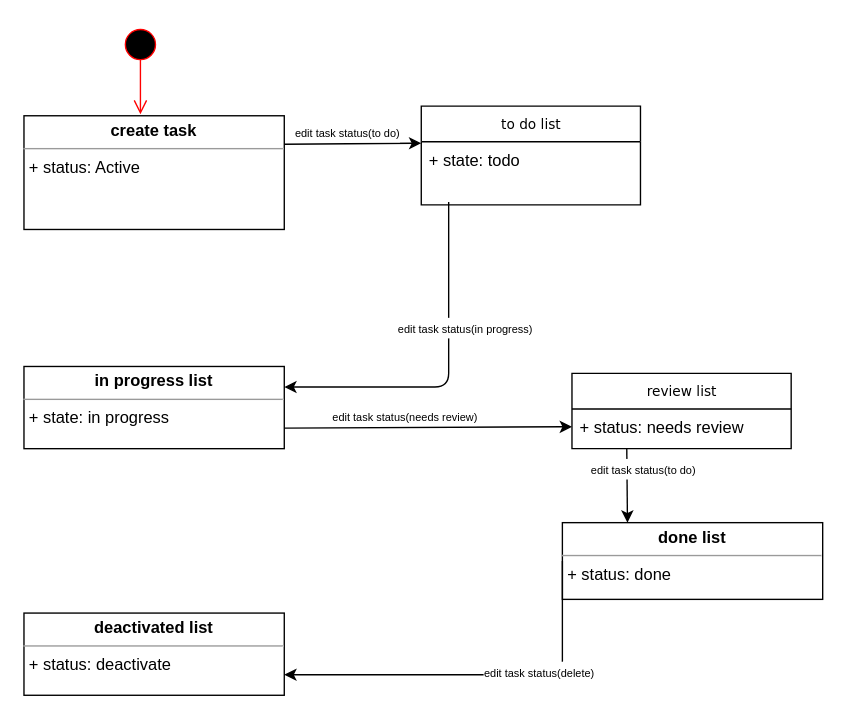
amirabbas8/ScrumOfficer keeps this draw.io diagram as Behavioral Modeling/Task State Diagram.drawio. Above is the earlier version. Source tidied: cells renumbered, new cells numbered last; positions are measured from the earlier drawing's top-left corner, leaving out a move shared by most shapes. Both pictures are drawn from the tidied source at 137%, with x=0, y=0 at pixel (23, 23).
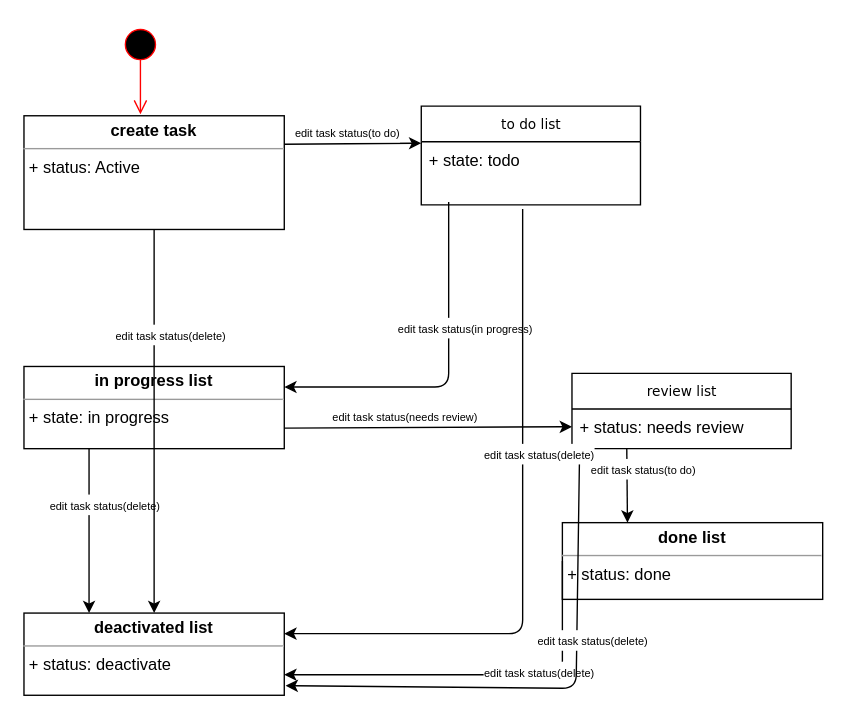
Above is the later version.

The change refers to these unchanged cells:
```xml
<mxCell id="5" value="+ status: needs review" style="text;html=1;strokeColor=none;fillColor=none;align=left;verticalAlign=top;spacingLeft=4;spacingRight=4;whiteSpace=wrap;overflow=hidden;points=[[0,0.5],[1,0.5]];portConstraint=eastwest;" parent="4" vertex="1">
  <mxGeometry y="26" width="160" height="26" as="geometry" />
</mxCell>
<mxCell id="7" value="&lt;p style=&quot;margin: 0px ; margin-top: 4px ; text-align: center&quot;&gt;&lt;b&gt;create task&lt;/b&gt;&lt;/p&gt;&lt;hr size=&quot;1&quot;&gt;&lt;p style=&quot;margin: 0px ; margin-left: 4px&quot;&gt;+ status: Active&lt;br&gt;&lt;/p&gt;&lt;p style=&quot;margin: 0px ; margin-left: 4px&quot;&gt;&lt;br&gt;&lt;/p&gt;" style="verticalAlign=top;align=left;overflow=fill;fontSize=12;fontFamily=Helvetica;html=1;rounded=0;shadow=0;comic=0;labelBackgroundColor=none;strokeColor=#000000;strokeWidth=1;fillColor=#ffffff;" parent="1" vertex="1">
  <mxGeometry y="67" width="190" height="83" as="geometry" />
</mxCell>
<mxCell id="8" value="&lt;p style=&quot;margin: 0px ; margin-top: 4px ; text-align: center&quot;&gt;&lt;b&gt;in progress list&lt;/b&gt;&lt;/p&gt;&lt;hr size=&quot;1&quot;&gt;&lt;p style=&quot;margin: 0px ; margin-left: 4px&quot;&gt;+ state: in progress&lt;br&gt;&lt;/p&gt;&lt;p style=&quot;margin: 0px ; margin-left: 4px&quot;&gt;&lt;br&gt;&lt;/p&gt;" style="verticalAlign=top;align=left;overflow=fill;fontSize=12;fontFamily=Helvetica;html=1;rounded=0;shadow=0;comic=0;labelBackgroundColor=none;strokeColor=#000000;strokeWidth=1;fillColor=#ffffff;" parent="1" vertex="1">
  <mxGeometry y="250" width="190" height="60" as="geometry" />
</mxCell>
<mxCell id="9" value="&lt;p style=&quot;margin: 0px ; margin-top: 4px ; text-align: center&quot;&gt;&lt;b&gt;deactivated list&lt;/b&gt;&lt;/p&gt;&lt;hr size=&quot;1&quot;&gt;&lt;p style=&quot;margin: 0px ; margin-left: 4px&quot;&gt;+ status: deactivate&lt;br&gt;&lt;/p&gt;" style="verticalAlign=top;align=left;overflow=fill;fontSize=12;fontFamily=Helvetica;html=1;rounded=0;shadow=0;comic=0;labelBackgroundColor=none;strokeColor=#000000;strokeWidth=1;fillColor=#ffffff;" parent="1" vertex="1">
  <mxGeometry y="430" width="190" height="60" as="geometry" />
</mxCell>
```

What changed in the source:
```diff
@@
+    <mxCell id="22" style="endArrow=classic;html=1;exitX=0.035;exitY=1.073;exitDx=0;exitDy=0;exitPerimeter=0;" parent="1" edge="1" source="5">
+      <mxGeometry relative="1" as="geometry">
+        <mxPoint x="191" y="483" as="targetPoint" />
+        <Array as="points">
+          <mxPoint x="403" y="485" />
+        </Array>
+      </mxGeometry>
+    </mxCell>
+    <mxCell id="23" value="&lt;font style=&quot;font-size: 8px&quot;&gt;edit task status(delete)&lt;/font&gt;" style="text;html=1;align=center;verticalAlign=middle;labelBackgroundColor=#ffffff;" parent="22" vertex="1">
+      <mxGeometry x="-0.24" y="3" relative="1" as="geometry">
+        <mxPoint x="8" y="-6" as="offset" />
+      </mxGeometry>
+    </mxCell>
+    <mxCell id="24" style="endArrow=classic;html=1;exitX=0.25;exitY=1;exitDx=0;exitDy=0;entryX=0.25;entryY=0;entryDx=0;entryDy=0;" parent="1" edge="1" source="8" target="9">
+      <mxGeometry relative="1" as="geometry" />
+    </mxCell>
+    <mxCell id="25" value="&lt;font style=&quot;font-size: 8px&quot;&gt;edit task status(delete)&lt;/font&gt;" style="text;html=1;align=center;verticalAlign=middle;labelBackgroundColor=#ffffff;" parent="24" vertex="1">
+      <mxGeometry x="-0.24" y="3" relative="1" as="geometry">
+        <mxPoint x="8" y="-6" as="offset" />
+      </mxGeometry>
+    </mxCell>
+    <mxCell id="26" style="endArrow=classic;html=1;exitX=0.25;exitY=1;exitDx=0;exitDy=0;entryX=1;entryY=0.25;entryDx=0;entryDy=0;" parent="1" edge="1" target="9">
+      <mxGeometry relative="1" as="geometry">
+        <mxPoint x="364" y="135" as="sourcePoint" />
+        <Array as="points">
+          <mxPoint x="364" y="445" />
+        </Array>
+      </mxGeometry>
+    </mxCell>
+    <mxCell id="27" value="&lt;font style=&quot;font-size: 8px&quot;&gt;edit task status(delete)&lt;/font&gt;" style="text;html=1;align=center;verticalAlign=middle;labelBackgroundColor=#ffffff;" parent="26" vertex="1">
+      <mxGeometry x="-0.24" y="3" relative="1" as="geometry">
+        <mxPoint x="8" y="-6" as="offset" />
+      </mxGeometry>
+    </mxCell>
+    <mxCell id="28" style="endArrow=classic;html=1;exitX=0.5;exitY=1;exitDx=0;exitDy=0;entryX=0.5;entryY=0;entryDx=0;entryDy=0;" parent="1" edge="1" source="7" target="9">
+      <mxGeometry relative="1" as="geometry" />
+    </mxCell>
+    <mxCell id="29" value="&lt;font style=&quot;font-size: 8px&quot;&gt;edit task status(delete)&lt;/font&gt;" style="text;html=1;align=center;verticalAlign=middle;labelBackgroundColor=#ffffff;" parent="28" vertex="1">
+      <mxGeometry x="-0.24" y="3" relative="1" as="geometry">
+        <mxPoint x="8" y="-30" as="offset" />
+      </mxGeometry>
+    </mxCell>
```
